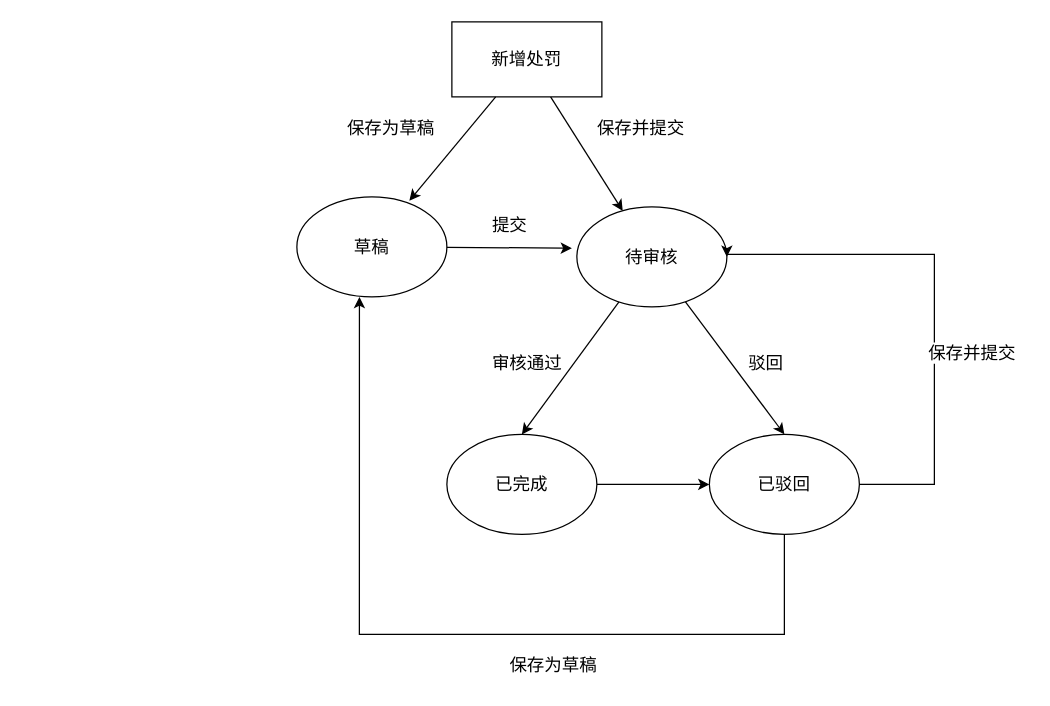
1846872430/shj_chart keeps this draw.io diagram as 加盟商处罚管理状态流转.drawio. Above is the earlier version. Source tidied: cells renumbered, new cells numbered last; positions are measured from the earlier drawing's top-left corner, leaving out a move shared by most shapes. Both pictures are drawn from the tidied source at 125%, with x=0, y=0 at pixel (296, 21).
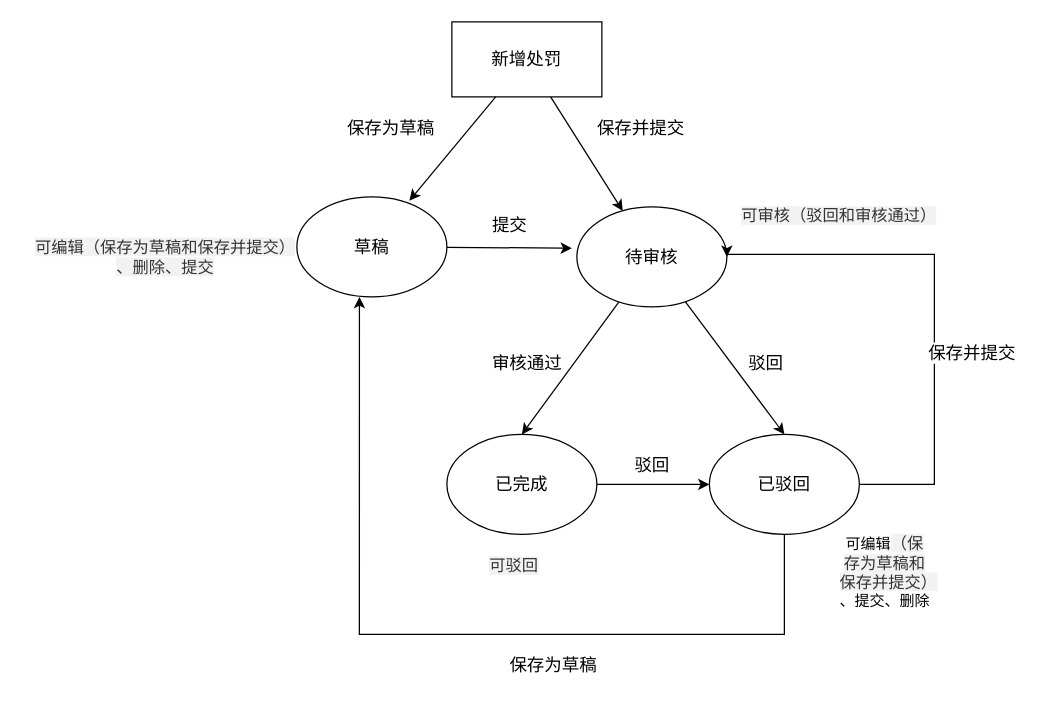
The same page after the edit.

Commit message (it also covers changes not shown here):
更新加盟商处罚管理状态流转.drawio

Change to the diagram source:
```diff
@@
+    <mxCell id="22" value="&lt;span style=&quot;color: rgb(51, 51, 51); font-family: &amp;quot;Arial Normal&amp;quot;, Arial; font-size: 13px; text-align: left; background-color: rgb(242, 242, 242);&quot;&gt;可编辑（保存为草稿和保存并提交）&lt;/span&gt;&lt;div&gt;&lt;span style=&quot;color: rgb(51, 51, 51); font-family: &amp;quot;Arial Normal&amp;quot;, Arial; font-size: 13px; text-align: left; background-color: rgb(242, 242, 242);&quot;&gt;、删除、提交&lt;/span&gt;&lt;/div&gt;" style="text;html=1;align=center;verticalAlign=middle;whiteSpace=wrap;rounded=0;fontFamily=Helvetica;fontSize=12;fontColor=default;labelBackgroundColor=default;" parent="1" vertex="1">
+      <mxGeometry x="-220" y="168" width="230" height="40" as="geometry" />
+    </mxCell>
+    <mxCell id="23" value="&lt;span style=&quot;color: rgb(51, 51, 51); font-family: &amp;quot;Arial Normal&amp;quot;, Arial; font-size: 13px; text-align: left; background-color: rgb(242, 242, 242);&quot;&gt;可审核（驳回和审核通过）&lt;/span&gt;" style="text;html=1;align=center;verticalAlign=middle;whiteSpace=wrap;rounded=0;fontFamily=Helvetica;fontSize=12;fontColor=default;labelBackgroundColor=default;" parent="1" vertex="1">
+      <mxGeometry x="344" y="140" width="180" height="30" as="geometry" />
+    </mxCell>
+    <mxCell id="24" value="&lt;span style=&quot;color: rgb(51, 51, 51); font-family: &amp;quot;Arial Normal&amp;quot;, Arial; font-size: 13px; text-align: left; background-color: rgb(242, 242, 242);&quot;&gt;可驳回&lt;/span&gt;" style="text;html=1;align=center;verticalAlign=middle;whiteSpace=wrap;rounded=0;fontFamily=Helvetica;fontSize=12;fontColor=default;labelBackgroundColor=default;" parent="1" vertex="1">
+      <mxGeometry x="144" y="420" width="60" height="30" as="geometry" />
+    </mxCell>
+    <mxCell id="25" value="&lt;font style=&quot;font-size: 14px;&quot;&gt;驳回&lt;/font&gt;" style="text;html=1;align=center;verticalAlign=middle;strokeColor=none;fillColor=none;fontFamily=Helvetica;fontSize=12;fontColor=default;labelBackgroundColor=default;" parent="1" vertex="1">
+      <mxGeometry x="259" y="340" width="50" height="30" as="geometry" />
+    </mxCell>
+    <mxCell id="26" value="可编辑&lt;span style=&quot;color: rgb(51, 51, 51); font-family: &amp;quot;Arial Normal&amp;quot;, Arial; font-size: 13px; text-align: left; text-wrap: wrap; background-color: rgb(242, 242, 242);&quot;&gt;（保存为草稿和保存并提交）&lt;/span&gt;&lt;div&gt;、提交、删除&lt;/div&gt;" style="text;html=1;align=center;verticalAlign=middle;strokeColor=none;fillColor=none;fontFamily=Helvetica;fontSize=12;fontColor=default;labelBackgroundColor=default;" parent="1" vertex="1">
+      <mxGeometry x="355" y="420" width="230" height="40" as="geometry" />
+    </mxCell>
```
